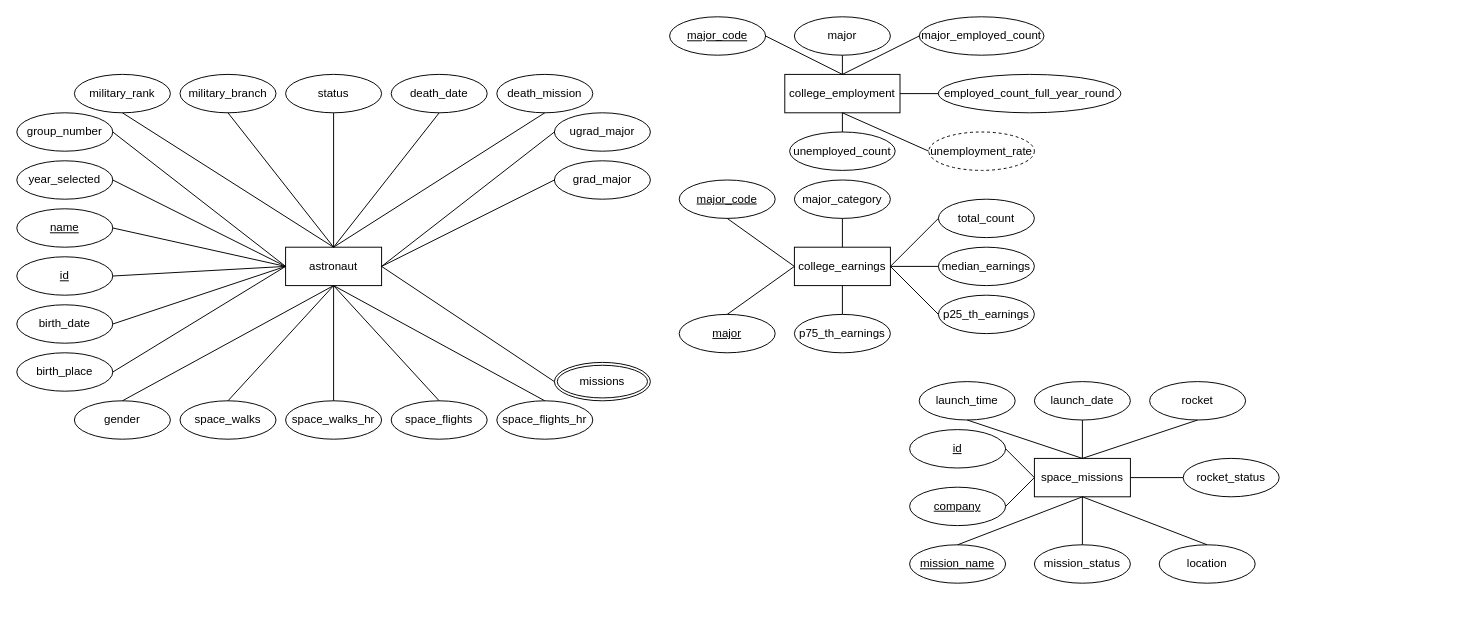
The draw.io diagram project_erd.drawio in JamesVpog/403-sql-project, before the edit. Source tidied: cells renumbered, new cells numbered last; positions are measured from the earlier drawing's top-left corner, leaving out a move shared by most shapes. Both pictures are drawn from the tidied source at 96%, with x=0, y=0 at pixel (16, 16).
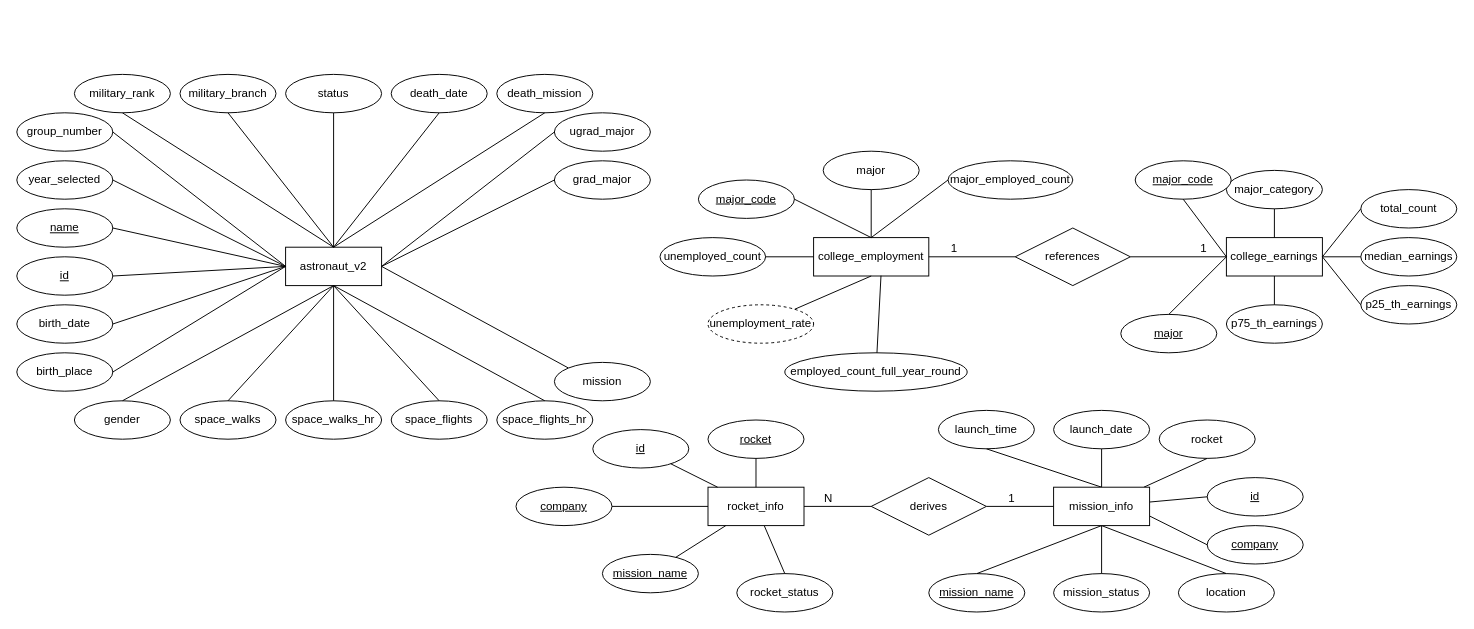
The same page after the edit.

Commit message (it also covers changes not shown here):
erd and waiting on astro connect to mission info

Diff of the diagram source:
```diff
@@
-    <mxCell id="2" value="astronaut" style="whiteSpace=wrap;html=1;align=center;" parent="1" vertex="1">
+    <mxCell id="2" value="astronaut_v2" style="whiteSpace=wrap;html=1;align=center;" parent="1" vertex="1">
       <mxGeometry x="280" y="240" width="100" height="40" as="geometry" />
     </mxCell>
@@
-    <mxCell id="21" value="missions" style="ellipse;shape=doubleEllipse;margin=3;whiteSpace=wrap;html=1;align=center;" parent="1" vertex="1">
-      <mxGeometry x="560" y="360" width="100" height="40" as="geometry" />
-    </mxCell>
@@
-    <mxCell id="40" style="endArrow=none;html=1;rounded=0;entryX=0;entryY=0.5;entryDx=0;entryDy=0;exitX=1;exitY=0.5;exitDx=0;exitDy=0;" parent="1" edge="1" source="2" target="21">
+    <mxCell id="40" style="endArrow=none;html=1;rounded=0;entryX=0;entryY=0;entryDx=0;entryDy=0;exitX=1;exitY=0.5;exitDx=0;exitDy=0;" parent="1" edge="1" source="2" target="88">
       <mxGeometry relative="1" as="geometry" />
     </mxCell>
-    <mxCell id="41" value="space_missions" style="whiteSpace=wrap;html=1;align=center;" parent="1" vertex="1">
-      <mxGeometry x="1060" y="460" width="100" height="40" as="geometry" />
-    </mxCell>
     <mxCell id="42" value="&lt;u&gt;id&lt;/u&gt;" style="ellipse;whiteSpace=wrap;html=1;align=center;" parent="1" vertex="1">
-      <mxGeometry x="930" y="430" width="100" height="40" as="geometry" />
+      <mxGeometry x="1240" y="480" width="100" height="40" as="geometry" />
     </mxCell>
     <mxCell id="43" value="mission_status" style="ellipse;whiteSpace=wrap;html=1;align=center;" parent="1" vertex="1">
-      <mxGeometry x="1060" y="550" width="100" height="40" as="geometry" />
+      <mxGeometry x="1080" y="580" width="100" height="40" as="geometry" />
     </mxCell>
     <mxCell id="44" value="&lt;u&gt;mission_name&lt;/u&gt;" style="ellipse;whiteSpace=wrap;html=1;align=center;" parent="1" vertex="1">
-      <mxGeometry x="930" y="550" width="100" height="40" as="geometry" />
+      <mxGeometry x="950" y="580" width="100" height="40" as="geometry" />
     </mxCell>
     <mxCell id="45" value="launch_date" style="ellipse;whiteSpace=wrap;html=1;align=center;" parent="1" vertex="1">
-      <mxGeometry x="1060" y="380" width="100" height="40" as="geometry" />
+      <mxGeometry x="1080" y="410" width="100" height="40" as="geometry" />
     </mxCell>
     <mxCell id="46" value="launch_time" style="ellipse;whiteSpace=wrap;html=1;align=center;" parent="1" vertex="1">
-      <mxGeometry x="940" y="380" width="100" height="40" as="geometry" />
+      <mxGeometry x="960" y="410" width="100" height="40" as="geometry" />
     </mxCell>
     <mxCell id="47" value="rocket_status" style="ellipse;whiteSpace=wrap;html=1;align=center;" parent="1" vertex="1">
-      <mxGeometry x="1215" y="460" width="100" height="40" as="geometry" />
+      <mxGeometry x="750" y="580" width="100" height="40" as="geometry" />
     </mxCell>
     <mxCell id="48" value="&lt;u&gt;company&lt;/u&gt;" style="ellipse;whiteSpace=wrap;html=1;align=center;" parent="1" vertex="1">
-      <mxGeometry x="930" y="490" width="100" height="40" as="geometry" />
+      <mxGeometry x="1240" y="530" width="100" height="40" as="geometry" />
     </mxCell>
     <mxCell id="49" value="rocket" style="ellipse;whiteSpace=wrap;html=1;align=center;" parent="1" vertex="1">
-      <mxGeometry x="1180" y="380" width="100" height="40" as="geometry" />
+      <mxGeometry x="1190" y="420" width="100" height="40" as="geometry" />
     </mxCell>
     <mxCell id="50" value="location" style="ellipse;whiteSpace=wrap;html=1;align=center;" parent="1" vertex="1">
-      <mxGeometry x="1190" y="550" width="100" height="40" as="geometry" />
+      <mxGeometry x="1210" y="580" width="100" height="40" as="geometry" />
     </mxCell>
     <mxCell id="51" value="college_earnings" style="whiteSpace=wrap;html=1;align=center;" parent="1" vertex="1">
-      <mxGeometry x="810" y="240" width="100" height="40" as="geometry" />
+      <mxGeometry x="1260" y="230" width="100" height="40" as="geometry" />
     </mxCell>
     <mxCell id="52" value="major_category" style="ellipse;whiteSpace=wrap;html=1;align=center;" parent="1" vertex="1">
-      <mxGeometry x="810" y="170" width="100" height="40" as="geometry" />
+      <mxGeometry x="1260" y="160" width="100" height="40" as="geometry" />
     </mxCell>
     <mxCell id="53" value="p75_th_earnings" style="ellipse;whiteSpace=wrap;html=1;align=center;" parent="1" vertex="1">
-      <mxGeometry x="810" y="310" width="100" height="40" as="geometry" />
+      <mxGeometry x="1260" y="300" width="100" height="40" as="geometry" />
     </mxCell>
     <mxCell id="54" value="&lt;u&gt;major_code&lt;/u&gt;" style="ellipse;whiteSpace=wrap;html=1;align=center;" parent="1" vertex="1">
-      <mxGeometry x="690" y="170" width="100" height="40" as="geometry" />
+      <mxGeometry x="1165" y="150" width="100" height="40" as="geometry" />
     </mxCell>
     <mxCell id="55" value="&lt;u&gt;major&lt;/u&gt;" style="ellipse;whiteSpace=wrap;html=1;align=center;" parent="1" vertex="1">
-      <mxGeometry x="690" y="310" width="100" height="40" as="geometry" />
+      <mxGeometry x="1150" y="310" width="100" height="40" as="geometry" />
     </mxCell>
     <mxCell id="56" value="median_earnings" style="ellipse;whiteSpace=wrap;html=1;align=center;" parent="1" vertex="1">
-      <mxGeometry x="960" y="240" width="100" height="40" as="geometry" />
+      <mxGeometry x="1400" y="230" width="100" height="40" as="geometry" />
     </mxCell>
     <mxCell id="57" value="total_count" style="ellipse;whiteSpace=wrap;html=1;align=center;" parent="1" vertex="1">
-      <mxGeometry x="960" y="190" width="100" height="40" as="geometry" />
+      <mxGeometry x="1400" y="180" width="100" height="40" as="geometry" />
     </mxCell>
     <mxCell id="58" value="p25_th_earnings" style="ellipse;whiteSpace=wrap;html=1;align=center;" parent="1" vertex="1">
-      <mxGeometry x="960" y="290" width="100" height="40" as="geometry" />
+      <mxGeometry x="1400" y="280" width="100" height="40" as="geometry" />
     </mxCell>
     <mxCell id="59" value="college_employment" style="whiteSpace=wrap;html=1;align=center;" parent="1" vertex="1">
-      <mxGeometry x="800" y="60" width="120" height="40" as="geometry" />
+      <mxGeometry x="830" y="230" width="120" height="40" as="geometry" />
     </mxCell>
     <mxCell id="60" value="major" style="ellipse;whiteSpace=wrap;html=1;align=center;" parent="1" vertex="1">
-      <mxGeometry x="810" width="100" height="40" as="geometry" />
+      <mxGeometry x="840" y="140" width="100" height="40" as="geometry" />
     </mxCell>
     <mxCell id="61" value="major_employed_count" style="ellipse;whiteSpace=wrap;html=1;align=center;" parent="1" vertex="1">
-      <mxGeometry x="940" width="130" height="40" as="geometry" />
+      <mxGeometry x="970" y="150" width="130" height="40" as="geometry" />
     </mxCell>
     <mxCell id="62" value="&lt;u&gt;major_code&lt;/u&gt;" style="ellipse;whiteSpace=wrap;html=1;align=center;" parent="1" vertex="1">
-      <mxGeometry x="680" width="100" height="40" as="geometry" />
+      <mxGeometry x="710" y="170" width="100" height="40" as="geometry" />
     </mxCell>
     <mxCell id="63" value="employed_count_full_year_round" style="ellipse;whiteSpace=wrap;html=1;align=center;" parent="1" vertex="1">
-      <mxGeometry x="960" y="60" width="190" height="40" as="geometry" />
+      <mxGeometry x="800" y="350" width="190" height="40" as="geometry" />
     </mxCell>
     <mxCell id="64" value="unemployed_count" style="ellipse;whiteSpace=wrap;html=1;align=center;" parent="1" vertex="1">
-      <mxGeometry x="805" y="120" width="110" height="40" as="geometry" />
+      <mxGeometry x="670" y="230" width="110" height="40" as="geometry" />
     </mxCell>
     <mxCell id="65" value="unemployment_rate" style="ellipse;whiteSpace=wrap;html=1;align=center;dashed=1;" parent="1" vertex="1">
-      <mxGeometry x="950" y="120" width="110" height="40" as="geometry" />
+      <mxGeometry x="720" y="300" width="110" height="40" as="geometry" />
     </mxCell>
-    <mxCell id="66" style="endArrow=none;html=1;rounded=0;entryX=0;entryY=0.5;entryDx=0;entryDy=0;exitX=1;exitY=0.5;exitDx=0;exitDy=0;" parent="1" edge="1" source="42" target="41">
+    <mxCell id="66" style="endArrow=none;html=1;rounded=0;exitX=0;exitY=0.5;exitDx=0;exitDy=0;" parent="1" edge="1" source="42" target="89">
       <mxGeometry relative="1" as="geometry" />
     </mxCell>
-    <mxCell id="67" style="endArrow=none;html=1;rounded=0;entryX=0;entryY=0.5;entryDx=0;entryDy=0;exitX=1;exitY=0.5;exitDx=0;exitDy=0;" parent="1" edge="1" source="48" target="41">
+    <mxCell id="67" style="endArrow=none;html=1;rounded=0;entryX=1;entryY=0.75;entryDx=0;entryDy=0;exitX=0;exitY=0.5;exitDx=0;exitDy=0;" parent="1" edge="1" source="48" target="89">
       <mxGeometry relative="1" as="geometry" />
     </mxCell>
-    <mxCell id="68" style="endArrow=none;html=1;rounded=0;entryX=0.5;entryY=1;entryDx=0;entryDy=0;exitX=0.5;exitY=0;exitDx=0;exitDy=0;" parent="1" edge="1" source="44" target="41">
-      <mxGeometry relative="1" as="geometry" />
+    <mxCell id="68" style="endArrow=none;html=1;rounded=0;entryX=0.5;entryY=1;entryDx=0;entryDy=0;exitX=0.5;exitY=0;exitDx=0;exitDy=0;" parent="1" edge="1" source="44">
+      <mxGeometry relative="1" as="geometry">
+        <mxPoint x="1130" y="530" as="targetPoint" />
+      </mxGeometry>
     </mxCell>
-    <mxCell id="69" style="endArrow=none;html=1;rounded=0;entryX=0.5;entryY=1;entryDx=0;entryDy=0;exitX=0.5;exitY=0;exitDx=0;exitDy=0;" parent="1" edge="1" source="43" target="41">
-      <mxGeometry relative="1" as="geometry" />
+    <mxCell id="69" style="endArrow=none;html=1;rounded=0;entryX=0.5;entryY=1;entryDx=0;entryDy=0;exitX=0.5;exitY=0;exitDx=0;exitDy=0;" parent="1" edge="1" source="43">
+      <mxGeometry relative="1" as="geometry">
+        <mxPoint x="1130" y="530" as="targetPoint" />
+      </mxGeometry>
     </mxCell>
-    <mxCell id="70" style="endArrow=none;html=1;rounded=0;entryX=0.5;entryY=1;entryDx=0;entryDy=0;exitX=0.5;exitY=0;exitDx=0;exitDy=0;" parent="1" edge="1" source="50" target="41">
-      <mxGeometry relative="1" as="geometry" />
+    <mxCell id="70" style="endArrow=none;html=1;rounded=0;entryX=0.5;entryY=1;entryDx=0;entryDy=0;exitX=0.5;exitY=0;exitDx=0;exitDy=0;" parent="1" edge="1" source="50">
+      <mxGeometry relative="1" as="geometry">
+        <mxPoint x="1130" y="530" as="targetPoint" />
+      </mxGeometry>
     </mxCell>
-    <mxCell id="71" style="endArrow=none;html=1;rounded=0;entryX=0.5;entryY=1;entryDx=0;entryDy=0;exitX=0.5;exitY=0;exitDx=0;exitDy=0;" parent="1" edge="1" source="41" target="46">
-      <mxGeometry relative="1" as="geometry" />
+    <mxCell id="71" style="endArrow=none;html=1;rounded=0;entryX=0.5;entryY=1;entryDx=0;entryDy=0;exitX=0.5;exitY=0;exitDx=0;exitDy=0;" parent="1" edge="1" target="46">
+      <mxGeometry relative="1" as="geometry">
+        <mxPoint x="1130" y="490" as="sourcePoint" />
+      </mxGeometry>
     </mxCell>
-    <mxCell id="72" style="endArrow=none;html=1;rounded=0;exitX=0.5;exitY=1;exitDx=0;exitDy=0;entryX=0.5;entryY=0;entryDx=0;entryDy=0;" parent="1" edge="1" source="45" target="41">
-      <mxGeometry relative="1" as="geometry" />
+    <mxCell id="72" style="endArrow=none;html=1;rounded=0;exitX=0.5;exitY=1;exitDx=0;exitDy=0;entryX=0.5;entryY=0;entryDx=0;entryDy=0;" parent="1" edge="1" source="45">
+      <mxGeometry relative="1" as="geometry">
+        <mxPoint x="1130" y="490" as="targetPoint" />
+      </mxGeometry>
     </mxCell>
-    <mxCell id="73" style="endArrow=none;html=1;rounded=0;entryX=0.5;entryY=1;entryDx=0;entryDy=0;exitX=0.5;exitY=0;exitDx=0;exitDy=0;" parent="1" edge="1" source="41" target="49">
+    <mxCell id="73" style="endArrow=none;html=1;rounded=0;entryX=0.5;entryY=1;entryDx=0;entryDy=0;" parent="1" edge="1" source="89" target="49">
       <mxGeometry relative="1" as="geometry" />
     </mxCell>
-    <mxCell id="74" style="endArrow=none;html=1;rounded=0;entryX=0;entryY=0.5;entryDx=0;entryDy=0;exitX=1;exitY=0.5;exitDx=0;exitDy=0;" parent="1" edge="1" source="41" target="47">
+    <mxCell id="74" style="endArrow=none;html=1;rounded=0;entryX=0.5;entryY=0;entryDx=0;entryDy=0;" parent="1" edge="1" source="90" target="47">
       <mxGeometry relative="1" as="geometry" />
     </mxCell>
@@
-    <mxCell id="83" style="endArrow=none;html=1;rounded=0;entryX=0.5;entryY=0;entryDx=0;entryDy=0;exitX=0.5;exitY=1;exitDx=0;exitDy=0;" parent="1" edge="1" source="59" target="64">
+    <mxCell id="83" style="endArrow=none;html=1;rounded=0;entryX=1;entryY=0.5;entryDx=0;entryDy=0;" parent="1" edge="1" source="59" target="64">
       <mxGeometry relative="1" as="geometry" />
     </mxCell>
@@
-    <mxCell id="86" style="endArrow=none;html=1;rounded=0;entryX=0;entryY=0.5;entryDx=0;entryDy=0;exitX=1;exitY=0.5;exitDx=0;exitDy=0;" parent="1" edge="1" source="59" target="63">
+    <mxCell id="86" style="endArrow=none;html=1;rounded=0;exitX=0.585;exitY=0.991;exitDx=0;exitDy=0;exitPerimeter=0;" parent="1" edge="1" source="59" target="63">
       <mxGeometry relative="1" as="geometry" />
     </mxCell>
-    <mxCell id="87" style="endArrow=none;html=1;rounded=0;entryX=0;entryY=0.5;entryDx=0;entryDy=0;exitX=0.5;exitY=1;exitDx=0;exitDy=0;" parent="1" edge="1" source="59" target="65">
+    <mxCell id="87" style="endArrow=none;html=1;rounded=0;exitX=0.5;exitY=1;exitDx=0;exitDy=0;" parent="1" edge="1" source="59" target="65">
       <mxGeometry relative="1" as="geometry" />
     </mxCell>
+    <mxCell id="88" value="mission" style="ellipse;whiteSpace=wrap;html=1;align=center;" parent="1" vertex="1">
+      <mxGeometry x="560" y="360" width="100" height="40" as="geometry" />
+    </mxCell>
+    <mxCell id="89" value="mission_info" style="whiteSpace=wrap;html=1;align=center;" parent="1" vertex="1">
+      <mxGeometry x="1080" y="490" width="100" height="40" as="geometry" />
+    </mxCell>
+    <mxCell id="90" value="rocket_info" style="whiteSpace=wrap;html=1;align=center;" parent="1" vertex="1">
+      <mxGeometry x="720" y="490" width="100" height="40" as="geometry" />
+    </mxCell>
+    <mxCell id="91" value="&lt;u&gt;id&lt;/u&gt;" style="ellipse;whiteSpace=wrap;html=1;align=center;" parent="1" vertex="1">
+      <mxGeometry x="600" y="430" width="100" height="40" as="geometry" />
+    </mxCell>
+    <mxCell id="92" value="&lt;u&gt;mission_name&lt;/u&gt;" style="ellipse;whiteSpace=wrap;html=1;align=center;" parent="1" vertex="1">
+      <mxGeometry x="610" y="560" width="100" height="40" as="geometry" />
+    </mxCell>
+    <mxCell id="93" value="&lt;u&gt;company&lt;/u&gt;" style="ellipse;whiteSpace=wrap;html=1;align=center;" parent="1" vertex="1">
+      <mxGeometry x="520" y="490" width="100" height="40" as="geometry" />
+    </mxCell>
+    <mxCell id="94" value="&lt;u&gt;rocket&lt;/u&gt;" style="ellipse;whiteSpace=wrap;html=1;align=center;" parent="1" vertex="1">
+      <mxGeometry x="720" y="420" width="100" height="40" as="geometry" />
+    </mxCell>
+    <mxCell id="95" style="endArrow=none;html=1;rounded=0;entryX=0.5;entryY=1;entryDx=0;entryDy=0;" parent="1" edge="1" source="90" target="94">
+      <mxGeometry relative="1" as="geometry" />
+    </mxCell>
+    <mxCell id="96" style="endArrow=none;html=1;rounded=0;" parent="1" edge="1" source="90" target="91">
+      <mxGeometry relative="1" as="geometry" />
+    </mxCell>
+    <mxCell id="97" style="endArrow=none;html=1;rounded=0;entryX=1;entryY=0.5;entryDx=0;entryDy=0;" parent="1" edge="1" source="90" target="93">
+      <mxGeometry relative="1" as="geometry" />
+    </mxCell>
+    <mxCell id="98" style="endArrow=none;html=1;rounded=0;" parent="1" edge="1" source="92" target="90">
+      <mxGeometry relative="1" as="geometry" />
+    </mxCell>
+    <mxCell id="99" value="derives" style="shape=rhombus;perimeter=rhombusPerimeter;whiteSpace=wrap;html=1;align=center;" parent="1" vertex="1">
+      <mxGeometry x="890" y="480" width="120" height="60" as="geometry" />
+    </mxCell>
+    <mxCell id="100" style="endArrow=none;html=1;rounded=0;entryX=1;entryY=0.5;entryDx=0;entryDy=0;exitX=0;exitY=0.5;exitDx=0;exitDy=0;" parent="1" edge="1" source="89" target="99">
+      <mxGeometry relative="1" as="geometry" />
+    </mxCell>
+    <mxCell id="101" value="1" style="html=1;align=right;verticalAlign=bottom;" parent="100" vertex="1">
+      <mxGeometry x="1" relative="1" as="geometry">
+        <mxPoint x="30" as="offset" />
+      </mxGeometry>
+    </mxCell>
+    <mxCell id="102" style="endArrow=none;html=1;rounded=0;entryX=1;entryY=0.5;entryDx=0;entryDy=0;" parent="1" edge="1" source="99" target="90">
+      <mxGeometry relative="1" as="geometry" />
+    </mxCell>
+    <mxCell id="103" value="N" style="html=1;align=right;verticalAlign=bottom;" parent="102" vertex="1">
+      <mxGeometry x="1" relative="1" as="geometry">
+        <mxPoint x="30" as="offset" />
+      </mxGeometry>
+    </mxCell>
+    <mxCell id="104" value="references" style="shape=rhombus;perimeter=rhombusPerimeter;whiteSpace=wrap;html=1;align=center;" parent="1" vertex="1">
+      <mxGeometry x="1040" y="220" width="120" height="60" as="geometry" />
+    </mxCell>
+    <mxCell id="105" style="endArrow=none;html=1;rounded=0;entryX=1;entryY=0.5;entryDx=0;entryDy=0;exitX=0;exitY=0.5;exitDx=0;exitDy=0;" parent="1" edge="1" source="104" target="59">
+      <mxGeometry relative="1" as="geometry" />
+    </mxCell>
+    <mxCell id="106" value="1" style="html=1;align=right;verticalAlign=bottom;" parent="105" vertex="1">
+      <mxGeometry x="1" relative="1" as="geometry">
+        <mxPoint x="30" as="offset" />
+      </mxGeometry>
+    </mxCell>
+    <mxCell id="107" style="endArrow=none;html=1;rounded=0;exitX=1;exitY=0.5;exitDx=0;exitDy=0;entryX=0;entryY=0.5;entryDx=0;entryDy=0;" parent="1" edge="1" source="104" target="51">
+      <mxGeometry relative="1" as="geometry" />
+    </mxCell>
+    <mxCell id="108" value="1" style="html=1;align=right;verticalAlign=bottom;" parent="107" vertex="1">
+      <mxGeometry x="1" relative="1" as="geometry">
+        <mxPoint x="-20" as="offset" />
+      </mxGeometry>
+    </mxCell>
```
